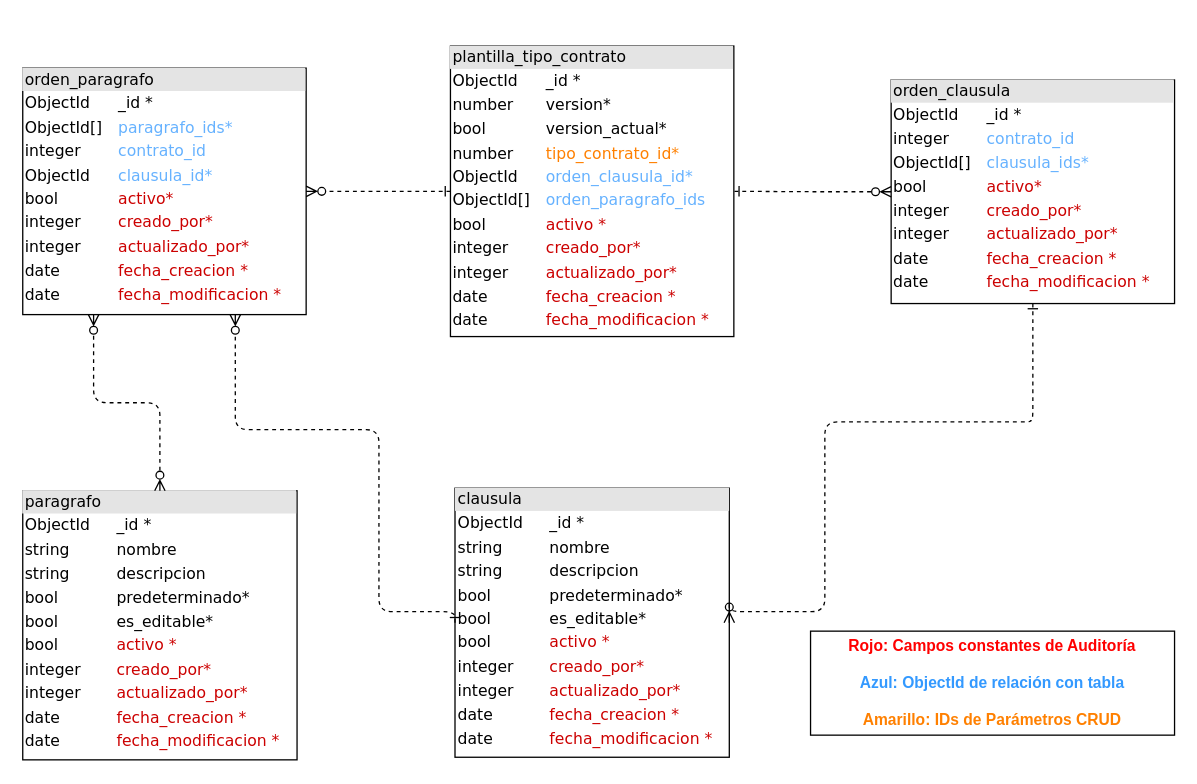
Above: database/modelo-datos-no-relacional-clausulas-paragrafos.drawio in udistrital/clausulas_paragrafos_crud (draw.io), before the change. Source tidied: cells renumbered, new cells numbered last; positions are measured from the earlier drawing's top-left corner, leaving out a move shared by most shapes. Both pictures are drawn from the tidied source at 130%, with x=0, y=0 at pixel (22, 46).
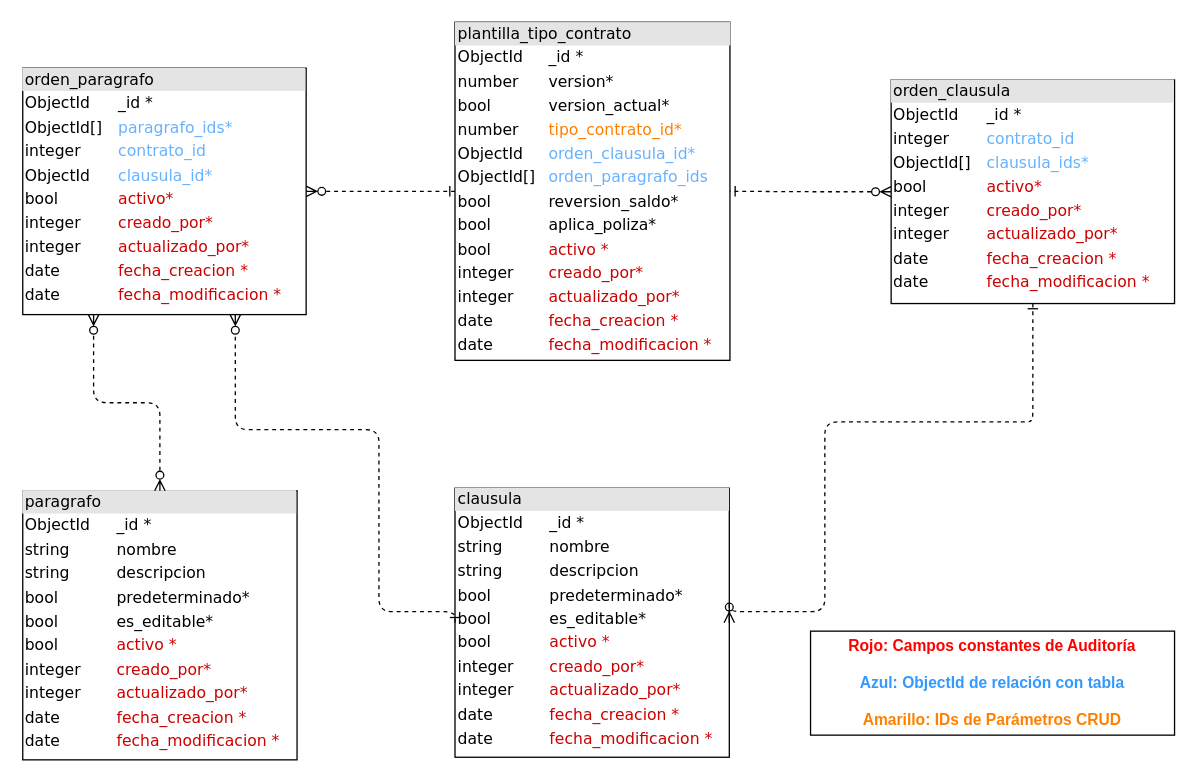
The same page after the edit.

Commit message (it also covers changes not shown here):
feat: Ajustes campo nuevo aplica poliza udistrital/argo_documentacion#196

The edit, as a diff of the source:
```diff
@@
 <mxGraphModel>
   <root>
     <mxCell id="0" />
     <mxCell id="1" parent="0" />
     <mxCell id="2" value="&lt;div style=&quot;box-sizing: border-box ; width: 100% ; background: #e4e4e4 ; padding: 2px&quot;&gt;clausula&lt;/div&gt;&lt;table style=&quot;width: 100% ; font-size: 1em&quot; cellpadding=&quot;2&quot; cellspacing=&quot;0&quot;&gt;&lt;tbody&gt;&lt;tr&gt;&lt;td&gt;ObjectId&lt;span style=&quot;white-space: pre;&quot;&gt;&#9;&lt;/span&gt;&lt;/td&gt;&lt;td&gt;_id *&lt;/td&gt;&lt;/tr&gt;&lt;tr&gt;&lt;td&gt;string&lt;/td&gt;&lt;td&gt;nombre&lt;/td&gt;&lt;/tr&gt;&lt;tr&gt;&lt;td&gt;string&lt;br&gt;&lt;/td&gt;&lt;td&gt;descripcion&lt;br&gt;&lt;/td&gt;&lt;/tr&gt;&lt;tr&gt;&lt;td&gt;bool&lt;/td&gt;&lt;td&gt;predeterminado*&lt;/td&gt;&lt;/tr&gt;&lt;tr&gt;&lt;td&gt;bool&lt;/td&gt;&lt;td&gt;es_editable*&lt;/td&gt;&lt;/tr&gt;&lt;tr&gt;&lt;td&gt;bool&lt;br&gt;&lt;/td&gt;&lt;td&gt;&lt;span style=&quot;color: rgb(204, 0, 0);&quot;&gt;activo *&lt;/span&gt;&lt;br style=&quot;color: rgb(204, 0, 0);&quot;&gt;&lt;/td&gt;&lt;/tr&gt;&lt;tr&gt;&lt;td&gt;integer&lt;br&gt;&lt;/td&gt;&lt;td&gt;&lt;span style=&quot;color: rgb(204, 0, 0);&quot;&gt;creado_por*&lt;/span&gt;&lt;br&gt;&lt;/td&gt;&lt;/tr&gt;&lt;tr&gt;&lt;td&gt;integer&lt;br&gt;&lt;/td&gt;&lt;td&gt;&lt;span style=&quot;color: rgb(204, 0, 0);&quot;&gt;actualizado_por*&lt;/span&gt;&lt;br&gt;&lt;/td&gt;&lt;/tr&gt;&lt;tr&gt;&lt;td&gt;date&lt;/td&gt;&lt;td&gt;&lt;span style=&quot;color: rgb(204, 0, 0);&quot;&gt;fecha_creacion *&lt;/span&gt;&lt;br style=&quot;color: rgb(204, 0, 0);&quot;&gt;&lt;/td&gt;&lt;/tr&gt;&lt;tr&gt;&lt;td&gt;date&lt;/td&gt;&lt;td&gt;&lt;span style=&quot;color: rgb(204, 0, 0);&quot;&gt;fecha_modificacion *&lt;/span&gt;&lt;br&gt;&lt;/td&gt;&lt;/tr&gt;&lt;/tbody&gt;&lt;/table&gt;" style="verticalAlign=top;align=left;overflow=fill;html=1;rounded=0;shadow=0;comic=0;labelBackgroundColor=none;strokeWidth=1;fontFamily=Verdana;fontSize=12;" parent="1" vertex="1">
       <mxGeometry x="332.5" y="340" width="211" height="207" as="geometry" />
     </mxCell>
     <mxCell id="3" value="&lt;div style=&quot;box-sizing: border-box ; width: 100% ; background: #e4e4e4 ; padding: 2px&quot;&gt;paragrafo&lt;/div&gt;&lt;table style=&quot;width: 100% ; font-size: 1em&quot; cellpadding=&quot;2&quot; cellspacing=&quot;0&quot;&gt;&lt;tbody&gt;&lt;tr&gt;&lt;td&gt;ObjectId&lt;span style=&quot;white-space: pre;&quot;&gt;&#9;&lt;/span&gt;&lt;/td&gt;&lt;td&gt;_id *&lt;/td&gt;&lt;/tr&gt;&lt;tr&gt;&lt;td&gt;string&lt;/td&gt;&lt;td&gt;nombre&lt;/td&gt;&lt;/tr&gt;&lt;tr&gt;&lt;td&gt;string&lt;br&gt;&lt;/td&gt;&lt;td&gt;descripcion&lt;br&gt;&lt;/td&gt;&lt;/tr&gt;&lt;tr&gt;&lt;td&gt;bool&lt;/td&gt;&lt;td&gt;predeterminado*&lt;/td&gt;&lt;/tr&gt;&lt;tr&gt;&lt;td&gt;bool&lt;/td&gt;&lt;td&gt;es_editable*&lt;/td&gt;&lt;/tr&gt;&lt;tr&gt;&lt;td&gt;bool&lt;br&gt;&lt;/td&gt;&lt;td&gt;&lt;span style=&quot;color: rgb(204, 0, 0);&quot;&gt;activo *&lt;/span&gt;&lt;br style=&quot;color: rgb(204, 0, 0);&quot;&gt;&lt;/td&gt;&lt;/tr&gt;&lt;tr&gt;&lt;td&gt;integer&lt;/td&gt;&lt;td&gt;&lt;span style=&quot;color: rgb(204, 0, 0);&quot;&gt;creado_por*&lt;/span&gt;&lt;br&gt;&lt;/td&gt;&lt;/tr&gt;&lt;tr&gt;&lt;td&gt;integer&lt;br&gt;&lt;/td&gt;&lt;td&gt;&lt;span style=&quot;color: rgb(204, 0, 0);&quot;&gt;actualizado_por*&lt;/span&gt;&lt;br&gt;&lt;/td&gt;&lt;/tr&gt;&lt;tr&gt;&lt;td&gt;date&lt;/td&gt;&lt;td&gt;&lt;span style=&quot;color: rgb(204, 0, 0);&quot;&gt;fecha_creacion *&lt;/span&gt;&lt;br style=&quot;color: rgb(204, 0, 0);&quot;&gt;&lt;/td&gt;&lt;/tr&gt;&lt;tr&gt;&lt;td&gt;date&lt;/td&gt;&lt;td&gt;&lt;span style=&quot;color: rgb(204, 0, 0);&quot;&gt;fecha_modificacion *&lt;/span&gt;&lt;br&gt;&lt;/td&gt;&lt;/tr&gt;&lt;/tbody&gt;&lt;/table&gt;" style="verticalAlign=top;align=left;overflow=fill;html=1;rounded=0;shadow=0;comic=0;labelBackgroundColor=none;strokeWidth=1;fontFamily=Verdana;fontSize=12;" parent="1" vertex="1">
       <mxGeometry y="342" width="211" height="207" as="geometry" />
     </mxCell>
     <mxCell id="4" value="&lt;div style=&quot;box-sizing: border-box ; width: 100% ; background: #e4e4e4 ; padding: 2px&quot;&gt;orden_clausula&lt;/div&gt;&lt;table style=&quot;width: 100% ; font-size: 1em&quot; cellpadding=&quot;2&quot; cellspacing=&quot;0&quot;&gt;&lt;tbody&gt;&lt;tr&gt;&lt;td&gt;ObjectId&lt;/td&gt;&lt;td&gt;_id *&lt;/td&gt;&lt;/tr&gt;&lt;tr&gt;&lt;td&gt;integer&lt;br&gt;&lt;/td&gt;&lt;td&gt;&lt;font color=&quot;#66b2ff&quot;&gt;contrato_id&lt;/font&gt;&lt;/td&gt;&lt;/tr&gt;&lt;tr&gt;&lt;td&gt;ObjectId[]&lt;/td&gt;&lt;td&gt;&lt;font color=&quot;#66b2ff&quot;&gt;clausula_ids*&lt;/font&gt;&lt;/td&gt;&lt;/tr&gt;&lt;tr&gt;&lt;td&gt;bool&lt;/td&gt;&lt;td&gt;&lt;font color=&quot;#cc0000&quot;&gt;activo*&lt;/font&gt;&lt;/td&gt;&lt;/tr&gt;&lt;tr&gt;&lt;td&gt;integer&lt;/td&gt;&lt;td&gt;&lt;font color=&quot;#cc0000&quot;&gt;creado_por*&lt;/font&gt;&lt;/td&gt;&lt;/tr&gt;&lt;tr&gt;&lt;td&gt;integer&lt;/td&gt;&lt;td&gt;&lt;font color=&quot;#cc0000&quot;&gt;actualizado_por*&lt;/font&gt;&lt;/td&gt;&lt;/tr&gt;&lt;tr&gt;&lt;td&gt;date&lt;/td&gt;&lt;td&gt;&lt;span style=&quot;color: rgb(204, 0, 0);&quot;&gt;fecha_creacion *&lt;/span&gt;&lt;br style=&quot;color: rgb(204, 0, 0);&quot;&gt;&lt;/td&gt;&lt;/tr&gt;&lt;tr&gt;&lt;td&gt;date&lt;/td&gt;&lt;td&gt;&lt;span style=&quot;color: rgb(204, 0, 0);&quot;&gt;fecha_modificacion *&lt;/span&gt;&lt;br&gt;&lt;/td&gt;&lt;/tr&gt;&lt;/tbody&gt;&lt;/table&gt;" style="verticalAlign=top;align=left;overflow=fill;html=1;rounded=0;shadow=0;comic=0;labelBackgroundColor=none;strokeWidth=1;fontFamily=Verdana;fontSize=12;" parent="1" vertex="1">
       <mxGeometry x="668" y="26" width="218" height="172" as="geometry" />
     </mxCell>
-    <mxCell id="5" value="&lt;div style=&quot;box-sizing: border-box ; width: 100% ; background: #e4e4e4 ; padding: 2px&quot;&gt;plantilla_tipo_contrato&lt;/div&gt;&lt;table style=&quot;width: 100% ; font-size: 1em&quot; cellpadding=&quot;2&quot; cellspacing=&quot;0&quot;&gt;&lt;tbody&gt;&lt;tr&gt;&lt;td&gt;ObjectId&lt;/td&gt;&lt;td&gt;_id *&lt;/td&gt;&lt;/tr&gt;&lt;tr&gt;&lt;td&gt;number&lt;/td&gt;&lt;td&gt;version*&lt;/td&gt;&lt;/tr&gt;&lt;tr&gt;&lt;td&gt;bool&lt;/td&gt;&lt;td&gt;version_actual*&lt;/td&gt;&lt;/tr&gt;&lt;tr&gt;&lt;td&gt;number&lt;/td&gt;&lt;td&gt;&lt;font color=&quot;#ff8000&quot;&gt;tipo_contrato_id*&lt;/font&gt;&lt;/td&gt;&lt;/tr&gt;&lt;tr&gt;&lt;td&gt;ObjectId&lt;/td&gt;&lt;td&gt;&lt;font color=&quot;#66b2ff&quot;&gt;orden_clausula_id*&lt;/font&gt;&lt;/td&gt;&lt;/tr&gt;&lt;tr&gt;&lt;td&gt;ObjectId[]&lt;/td&gt;&lt;td&gt;&lt;font color=&quot;#66b2ff&quot;&gt;orden_paragrafo_ids&lt;/font&gt;&lt;/td&gt;&lt;/tr&gt;&lt;tr&gt;&lt;td&gt;bool&lt;br&gt;&lt;/td&gt;&lt;td&gt;&lt;span style=&quot;color: rgb(204, 0, 0);&quot;&gt;activo *&lt;/span&gt;&lt;br style=&quot;color: rgb(204, 0, 0);&quot;&gt;&lt;/td&gt;&lt;/tr&gt;&lt;tr&gt;&lt;td&gt;integer&lt;br&gt;&lt;/td&gt;&lt;td&gt;&lt;span style=&quot;color: rgb(204, 0, 0);&quot;&gt;creado_por*&lt;/span&gt;&lt;br&gt;&lt;/td&gt;&lt;/tr&gt;&lt;tr&gt;&lt;td&gt;integer&lt;br&gt;&lt;/td&gt;&lt;td&gt;&lt;span style=&quot;color: rgb(204, 0, 0);&quot;&gt;actualizado_por*&lt;/span&gt;&lt;br&gt;&lt;/td&gt;&lt;/tr&gt;&lt;tr&gt;&lt;td&gt;date&lt;/td&gt;&lt;td&gt;&lt;span style=&quot;color: rgb(204, 0, 0);&quot;&gt;fecha_creacion *&lt;/span&gt;&lt;br style=&quot;color: rgb(204, 0, 0);&quot;&gt;&lt;/td&gt;&lt;/tr&gt;&lt;tr&gt;&lt;td&gt;date&lt;/td&gt;&lt;td&gt;&lt;span style=&quot;color: rgb(204, 0, 0);&quot;&gt;fecha_modificacion *&lt;/span&gt;&lt;br&gt;&lt;/td&gt;&lt;/tr&gt;&lt;/tbody&gt;&lt;/table&gt;" style="verticalAlign=top;align=left;overflow=fill;html=1;rounded=0;shadow=0;comic=0;labelBackgroundColor=none;strokeWidth=1;fontFamily=Verdana;fontSize=12;" parent="1" vertex="1">
-      <mxGeometry x="329" y="-0.1" width="218" height="223.5" as="geometry" />
+    <mxCell id="5" value="&lt;div style=&quot;box-sizing: border-box ; width: 100% ; background: #e4e4e4 ; padding: 2px&quot;&gt;plantilla_tipo_contrato&lt;/div&gt;&lt;table style=&quot;width: 100% ; font-size: 1em&quot; cellpadding=&quot;2&quot; cellspacing=&quot;0&quot;&gt;&lt;tbody&gt;&lt;tr&gt;&lt;td&gt;ObjectId&lt;/td&gt;&lt;td&gt;_id *&lt;/td&gt;&lt;/tr&gt;&lt;tr&gt;&lt;td&gt;number&lt;/td&gt;&lt;td&gt;version*&lt;/td&gt;&lt;/tr&gt;&lt;tr&gt;&lt;td&gt;bool&lt;/td&gt;&lt;td&gt;version_actual*&lt;/td&gt;&lt;/tr&gt;&lt;tr&gt;&lt;td&gt;number&lt;/td&gt;&lt;td&gt;&lt;font color=&quot;#ff8000&quot;&gt;tipo_contrato_id*&lt;/font&gt;&lt;/td&gt;&lt;/tr&gt;&lt;tr&gt;&lt;td&gt;ObjectId&lt;/td&gt;&lt;td&gt;&lt;font color=&quot;#66b2ff&quot;&gt;orden_clausula_id*&lt;/font&gt;&lt;/td&gt;&lt;/tr&gt;&lt;tr&gt;&lt;td&gt;ObjectId[]&lt;/td&gt;&lt;td&gt;&lt;font color=&quot;#66b2ff&quot;&gt;orden_paragrafo_ids&lt;/font&gt;&lt;/td&gt;&lt;/tr&gt;&lt;tr&gt;&lt;td&gt;bool&lt;/td&gt;&lt;td&gt;reversion_saldo*&lt;/td&gt;&lt;/tr&gt;&lt;tr&gt;&lt;td&gt;bool&lt;/td&gt;&lt;td&gt;aplica_poliza*&lt;/td&gt;&lt;/tr&gt;&lt;tr&gt;&lt;td&gt;bool&lt;br&gt;&lt;/td&gt;&lt;td&gt;&lt;span style=&quot;color: rgb(204, 0, 0);&quot;&gt;activo *&lt;/span&gt;&lt;br style=&quot;color: rgb(204, 0, 0);&quot;&gt;&lt;/td&gt;&lt;/tr&gt;&lt;tr&gt;&lt;td&gt;integer&lt;br&gt;&lt;/td&gt;&lt;td&gt;&lt;span style=&quot;color: rgb(204, 0, 0);&quot;&gt;creado_por*&lt;/span&gt;&lt;br&gt;&lt;/td&gt;&lt;/tr&gt;&lt;tr&gt;&lt;td&gt;integer&lt;br&gt;&lt;/td&gt;&lt;td&gt;&lt;span style=&quot;color: rgb(204, 0, 0);&quot;&gt;actualizado_por*&lt;/span&gt;&lt;br&gt;&lt;/td&gt;&lt;/tr&gt;&lt;tr&gt;&lt;td&gt;date&lt;/td&gt;&lt;td&gt;&lt;span style=&quot;color: rgb(204, 0, 0);&quot;&gt;fecha_creacion *&lt;/span&gt;&lt;br style=&quot;color: rgb(204, 0, 0);&quot;&gt;&lt;/td&gt;&lt;/tr&gt;&lt;tr&gt;&lt;td&gt;date&lt;/td&gt;&lt;td&gt;&lt;span style=&quot;color: rgb(204, 0, 0);&quot;&gt;fecha_modificacion *&lt;/span&gt;&lt;br&gt;&lt;/td&gt;&lt;/tr&gt;&lt;/tbody&gt;&lt;/table&gt;" style="verticalAlign=top;align=left;overflow=fill;html=1;rounded=0;shadow=0;comic=0;labelBackgroundColor=none;strokeWidth=1;fontFamily=Verdana;fontSize=12;" parent="1" vertex="1">
+      <mxGeometry x="332.5" y="-18.4" width="211.5" height="260.1" as="geometry" />
     </mxCell>
     <mxCell id="6" style="edgeStyle=orthogonalEdgeStyle;html=1;dashed=1;labelBackgroundColor=none;startArrow=ERone;endArrow=ERzeroToMany;fontFamily=Verdana;fontSize=12;align=left;startFill=0;endFill=0;entryX=1;entryY=0.5;entryDx=0;entryDy=0;exitX=0.5;exitY=1;exitDx=0;exitDy=0;" parent="1" edge="1" source="4" target="2">
       <mxGeometry relative="1" as="geometry">
         <Array as="points">
           <mxPoint x="777" y="288" />
           <mxPoint x="775" y="288" />
           <mxPoint x="775" y="289" />
           <mxPoint x="617" y="289" />
           <mxPoint x="617" y="435" />
         </Array>
       </mxGeometry>
     </mxCell>
     <mxCell id="7" style="edgeStyle=orthogonalEdgeStyle;html=1;dashed=1;labelBackgroundColor=none;startArrow=ERone;endArrow=ERzeroToMany;fontFamily=Verdana;fontSize=12;align=left;startFill=0;endFill=0;entryX=0.75;entryY=1;entryDx=0;entryDy=0;exitX=0;exitY=0.5;exitDx=0;exitDy=0;" parent="1" edge="1" source="2" target="8">
       <mxGeometry relative="1" as="geometry">
         <Array as="points">
           <mxPoint x="274" y="435" />
           <mxPoint x="274" y="295" />
           <mxPoint x="164" y="295" />
         </Array>
       </mxGeometry>
     </mxCell>
     <mxCell id="8" value="&lt;div style=&quot;box-sizing: border-box ; width: 100% ; background: #e4e4e4 ; padding: 2px&quot;&gt;orden_paragrafo&lt;/div&gt;&lt;table style=&quot;width: 100% ; font-size: 1em&quot; cellpadding=&quot;2&quot; cellspacing=&quot;0&quot;&gt;&lt;tbody&gt;&lt;tr&gt;&lt;td&gt;ObjectId&lt;/td&gt;&lt;td&gt;_id *&lt;/td&gt;&lt;/tr&gt;&lt;tr&gt;&lt;td&gt;ObjectId[]&lt;/td&gt;&lt;td&gt;&lt;font color=&quot;#66b2ff&quot;&gt;paragrafo_ids*&lt;/font&gt;&lt;/td&gt;&lt;/tr&gt;&lt;tr&gt;&lt;td&gt;integer&lt;/td&gt;&lt;td&gt;&lt;font color=&quot;#66b2ff&quot;&gt;contrato_id&lt;/font&gt;&lt;/td&gt;&lt;/tr&gt;&lt;tr&gt;&lt;td&gt;ObjectId&lt;/td&gt;&lt;td&gt;&lt;font color=&quot;#66b2ff&quot;&gt;clausula_id*&lt;/font&gt;&lt;/td&gt;&lt;/tr&gt;&lt;tr&gt;&lt;td&gt;bool&lt;/td&gt;&lt;td&gt;&lt;font color=&quot;#cc0000&quot;&gt;activo*&lt;/font&gt;&lt;/td&gt;&lt;/tr&gt;&lt;tr&gt;&lt;td&gt;integer&lt;/td&gt;&lt;td&gt;&lt;font color=&quot;#cc0000&quot;&gt;creado_por*&lt;/font&gt;&lt;/td&gt;&lt;/tr&gt;&lt;tr&gt;&lt;td&gt;integer&lt;/td&gt;&lt;td&gt;&lt;font color=&quot;#cc0000&quot;&gt;actualizado_por*&lt;/font&gt;&lt;/td&gt;&lt;/tr&gt;&lt;tr&gt;&lt;td&gt;date&lt;/td&gt;&lt;td&gt;&lt;span style=&quot;color: rgb(204, 0, 0);&quot;&gt;fecha_creacion *&lt;/span&gt;&lt;br style=&quot;color: rgb(204, 0, 0);&quot;&gt;&lt;/td&gt;&lt;/tr&gt;&lt;tr&gt;&lt;td&gt;date&lt;/td&gt;&lt;td&gt;&lt;span style=&quot;color: rgb(204, 0, 0);&quot;&gt;fecha_modificacion *&lt;/span&gt;&lt;br&gt;&lt;/td&gt;&lt;/tr&gt;&lt;/tbody&gt;&lt;/table&gt;" style="verticalAlign=top;align=left;overflow=fill;html=1;rounded=0;shadow=0;comic=0;labelBackgroundColor=none;strokeWidth=1;fontFamily=Verdana;fontSize=12;" parent="1" vertex="1">
       <mxGeometry y="16.9" width="218" height="189.6" as="geometry" />
     </mxCell>
     <mxCell id="9" style="edgeStyle=orthogonalEdgeStyle;html=1;dashed=1;labelBackgroundColor=none;startArrow=ERzeroToMany;endArrow=ERzeroToMany;fontFamily=Verdana;fontSize=12;align=left;startFill=0;endFill=0;entryX=0.25;entryY=1;entryDx=0;entryDy=0;exitX=0.5;exitY=0;exitDx=0;exitDy=0;" parent="1" edge="1" source="3" target="8">
       <mxGeometry relative="1" as="geometry" />
     </mxCell>
     <mxCell id="10" style="edgeStyle=orthogonalEdgeStyle;html=1;dashed=1;labelBackgroundColor=none;startArrow=ERone;endArrow=ERzeroToMany;fontFamily=Verdana;fontSize=12;align=left;startFill=0;endFill=0;entryX=1;entryY=0.5;entryDx=0;entryDy=0;exitX=0;exitY=0.5;exitDx=0;exitDy=0;" parent="1" edge="1" source="5" target="8">
       <mxGeometry relative="1" as="geometry" />
     </mxCell>
     <mxCell id="11" style="edgeStyle=orthogonalEdgeStyle;html=1;dashed=1;labelBackgroundColor=none;startArrow=ERzeroToMany;endArrow=ERone;fontFamily=Verdana;fontSize=12;align=left;startFill=0;endFill=0;entryX=1;entryY=0.5;entryDx=0;entryDy=0;exitX=0;exitY=0.5;exitDx=0;exitDy=0;" parent="1" edge="1" source="4" target="5">
       <mxGeometry relative="1" as="geometry" />
     </mxCell>
     <mxCell id="12" value="&lt;b&gt;&lt;font color=&quot;#ff0000&quot;&gt;Rojo: Campos constantes de Auditoría&lt;/font&gt;&lt;/b&gt;&lt;div&gt;&lt;b&gt;&lt;font color=&quot;#ff0000&quot;&gt;&lt;br&gt;&lt;/font&gt;&lt;/b&gt;&lt;/div&gt;&lt;div&gt;&lt;b&gt;&lt;font color=&quot;#3399ff&quot;&gt;Azul: ObjectId de relación con tabla&lt;/font&gt;&lt;/b&gt;&lt;/div&gt;&lt;div&gt;&lt;b&gt;&lt;font color=&quot;#3399ff&quot;&gt;&lt;br&gt;&lt;/font&gt;&lt;/b&gt;&lt;/div&gt;&lt;div&gt;&lt;b&gt;&lt;font color=&quot;#ff8000&quot;&gt;Amarillo: IDs de Parámetros CRUD&lt;/font&gt;&lt;/b&gt;&lt;/div&gt;" style="rounded=0;whiteSpace=wrap;html=1;" parent="1" vertex="1">
       <mxGeometry x="606" y="450" width="280" height="80" as="geometry" />
     </mxCell>
   </root>
 </mxGraphModel>
```
